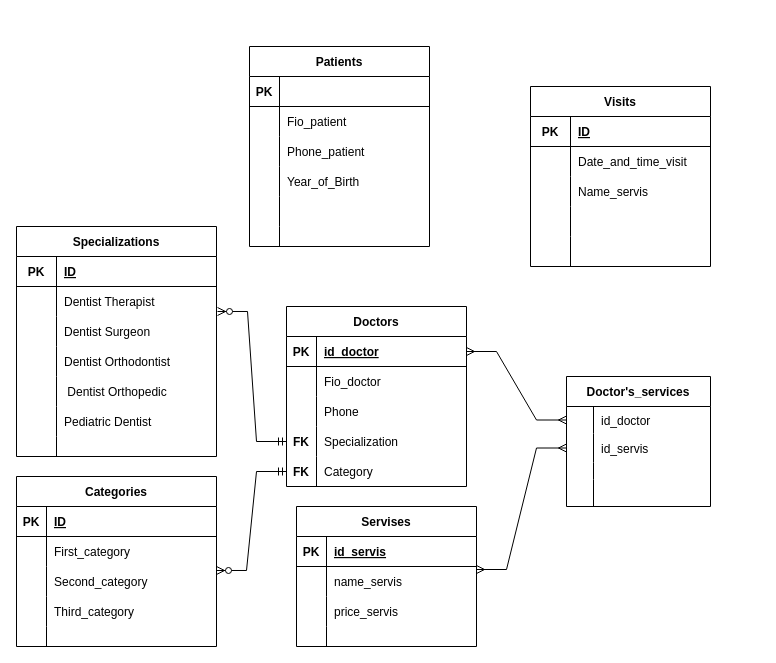
Before: stomatology_clinic.drawio in Palych1111/stomatology, a draw.io diagram. Source tidied: cells renumbered, new cells numbered last; positions are measured from the earlier drawing's top-left corner, leaving out a move shared by most shapes. Both pictures are drawn from the tidied source at 100%, with x=0, y=0 at pixel (16, 46).
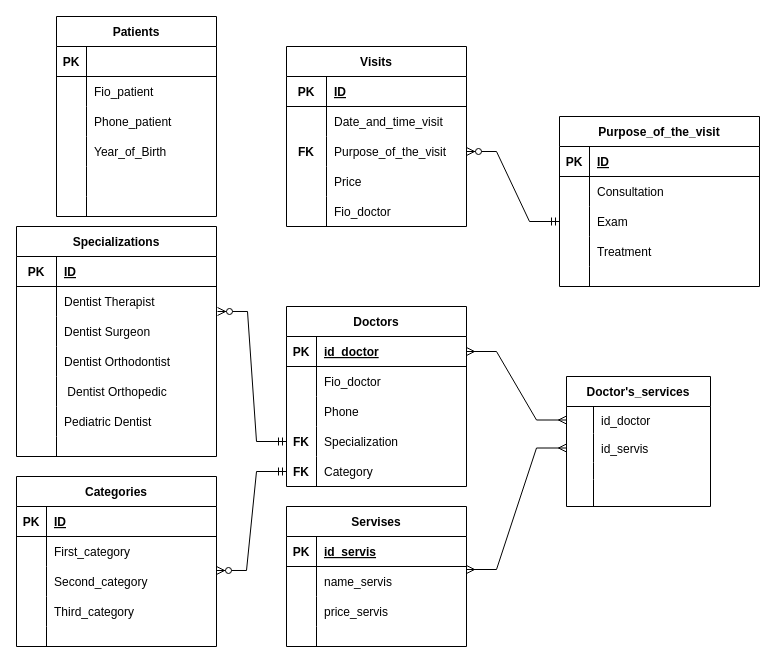
After the change.

The change refers to these unchanged cells:
```xml
<mxCell id="9" style="shape=tableRow;horizontal=0;startSize=0;swimlaneHead=0;swimlaneBody=0;fillColor=none;points=[[0,0.5],[1,0.5]];portConstraint=eastwest;top=0;left=0;right=0;bottom=0;" parent="2" vertex="1">
  <mxGeometry y="90" width="180" height="30" as="geometry" />
</mxCell>
<mxCell id="12" style="shape=tableRow;horizontal=0;startSize=0;swimlaneHead=0;swimlaneBody=0;fillColor=none;top=0;left=0;right=0;bottom=0;" parent="2" vertex="1">
  <mxGeometry y="120" width="180" height="30" as="geometry" />
</mxCell>
<mxCell id="15" style="shape=tableRow;horizontal=0;startSize=0;swimlaneHead=0;swimlaneBody=0;fillColor=none;top=0;left=0;right=0;bottom=0;" parent="2" vertex="1">
  <mxGeometry y="150" width="180" height="30" as="geometry" />
</mxCell>
```

Diff of the diagram source:
```diff
@@
     <mxCell id="2" value="Visits" style="shape=table;startSize=30;childLayout=tableLayout;rowLines=0;fontStyle=1;align=center;" parent="1" vertex="1">
-      <mxGeometry x="514" y="40" width="180" height="180" as="geometry" />
+      <mxGeometry x="270" width="180" height="180" as="geometry" />
     </mxCell>
@@
-    <mxCell id="10" style="shape=partialRectangle;fillColor=none;top=0;left=0;bottom=0;right=0;overflow=hidden;" parent="9" vertex="1">
+    <mxCell id="10" value="FK" style="shape=partialRectangle;fillColor=none;top=0;left=0;bottom=0;right=0;overflow=hidden;fontStyle=1;" parent="9" vertex="1">
       <mxGeometry width="40" height="30" as="geometry" />
     </mxCell>
-    <mxCell id="11" value="Name_servis" style="shape=partialRectangle;fillColor=none;top=0;left=0;bottom=0;right=0;align=left;spacingLeft=6;overflow=hidden;" parent="9" vertex="1">
+    <mxCell id="11" value="Purpose_of_the_visit" style="shape=partialRectangle;fillColor=none;top=0;left=0;bottom=0;right=0;align=left;spacingLeft=6;overflow=hidden;" parent="9" vertex="1">
       <mxGeometry x="40" width="140" height="30" as="geometry" />
     </mxCell>
@@
-    <mxCell id="14" style="shape=partialRectangle;fillColor=none;top=0;left=0;bottom=0;right=0;align=left;spacingLeft=6;overflow=hidden;" parent="12" vertex="1">
+    <mxCell id="14" value="Price" style="shape=partialRectangle;fillColor=none;top=0;left=0;bottom=0;right=0;align=left;spacingLeft=6;overflow=hidden;" parent="12" vertex="1">
       <mxGeometry x="40" width="140" height="30" as="geometry" />
     </mxCell>
@@
-    <mxCell id="17" style="shape=partialRectangle;fillColor=none;top=0;left=0;bottom=0;right=0;align=left;spacingLeft=6;overflow=hidden;" parent="15" vertex="1">
+    <mxCell id="17" value="Fio_doctor" style="shape=partialRectangle;fillColor=none;top=0;left=0;bottom=0;right=0;align=left;spacingLeft=6;overflow=hidden;" parent="15" vertex="1">
       <mxGeometry x="40" width="140" height="30" as="geometry" />
     </mxCell>
@@
     <mxCell id="34" value="Patients" style="shape=table;startSize=30;childLayout=tableLayout;rowLines=0;fontStyle=1;align=center;" parent="1" vertex="1">
-      <mxGeometry x="233" width="180" height="200" as="geometry" />
+      <mxGeometry x="40" y="-30" width="160" height="200" as="geometry" />
     </mxCell>
     <mxCell id="35" style="shape=tableRow;horizontal=0;startSize=0;swimlaneHead=0;swimlaneBody=0;fillColor=none;top=0;left=0;right=0;bottom=1;" parent="34" vertex="1">
-      <mxGeometry y="30" width="180" height="30" as="geometry" />
+      <mxGeometry y="30" width="160" height="30" as="geometry" />
     </mxCell>
@@
     <mxCell id="37" style="shape=partialRectangle;fillColor=none;top=0;left=0;bottom=0;right=0;align=left;spacingLeft=6;fontStyle=5;overflow=hidden;" parent="35" vertex="1">
-      <mxGeometry x="30" width="150" height="30" as="geometry" />
+      <mxGeometry x="30" width="130" height="30" as="geometry" />
     </mxCell>
     <mxCell id="38" style="shape=tableRow;horizontal=0;startSize=0;swimlaneHead=0;swimlaneBody=0;fillColor=none;top=0;left=0;right=0;bottom=0;" parent="34" vertex="1">
-      <mxGeometry y="60" width="180" height="30" as="geometry" />
+      <mxGeometry y="60" width="160" height="30" as="geometry" />
     </mxCell>
@@
     <mxCell id="40" value="Fio_patient" style="shape=partialRectangle;fillColor=none;top=0;left=0;bottom=0;right=0;align=left;spacingLeft=6;overflow=hidden;" parent="38" vertex="1">
-      <mxGeometry x="30" width="150" height="30" as="geometry" />
+      <mxGeometry x="30" width="130" height="30" as="geometry" />
     </mxCell>
     <mxCell id="41" style="shape=tableRow;horizontal=0;startSize=0;swimlaneHead=0;swimlaneBody=0;fillColor=none;top=0;left=0;right=0;bottom=0;" parent="34" vertex="1">
-      <mxGeometry y="90" width="180" height="30" as="geometry" />
+      <mxGeometry y="90" width="160" height="30" as="geometry" />
     </mxCell>
@@
     <mxCell id="43" value="Phone_patient" style="shape=partialRectangle;fillColor=none;top=0;left=0;bottom=0;right=0;align=left;spacingLeft=6;overflow=hidden;" parent="41" vertex="1">
-      <mxGeometry x="30" width="150" height="30" as="geometry" />
+      <mxGeometry x="30" width="130" height="30" as="geometry" />
     </mxCell>
     <mxCell id="44" style="shape=tableRow;horizontal=0;startSize=0;swimlaneHead=0;swimlaneBody=0;fillColor=none;top=0;left=0;right=0;bottom=0;" parent="34" vertex="1">
-      <mxGeometry y="120" width="180" height="30" as="geometry" />
+      <mxGeometry y="120" width="160" height="30" as="geometry" />
     </mxCell>
@@
     <mxCell id="46" value="Year_of_Birth" style="shape=partialRectangle;fillColor=none;top=0;left=0;bottom=0;right=0;align=left;spacingLeft=6;overflow=hidden;" parent="44" vertex="1">
-      <mxGeometry x="30" width="150" height="30" as="geometry" />
+      <mxGeometry x="30" width="130" height="30" as="geometry" />
     </mxCell>
     <mxCell id="47" style="shape=tableRow;horizontal=0;startSize=0;swimlaneHead=0;swimlaneBody=0;fillColor=none;top=0;left=0;right=0;bottom=0;" parent="34" vertex="1">
-      <mxGeometry y="150" width="180" height="30" as="geometry" />
+      <mxGeometry y="150" width="160" height="30" as="geometry" />
     </mxCell>
@@
     <mxCell id="49" style="shape=partialRectangle;fillColor=none;top=0;left=0;bottom=0;right=0;align=left;spacingLeft=6;overflow=hidden;" parent="47" vertex="1">
-      <mxGeometry x="30" width="150" height="30" as="geometry" />
+      <mxGeometry x="30" width="130" height="30" as="geometry" />
     </mxCell>
     <mxCell id="50" style="shape=tableRow;horizontal=0;startSize=0;swimlaneHead=0;swimlaneBody=0;fillColor=none;top=0;left=0;right=0;bottom=0;" parent="34" vertex="1">
-      <mxGeometry y="180" width="180" height="20" as="geometry" />
+      <mxGeometry y="180" width="160" height="20" as="geometry" />
     </mxCell>
@@
     <mxCell id="52" style="shape=partialRectangle;fillColor=none;top=0;left=0;bottom=0;right=0;align=left;spacingLeft=6;overflow=hidden;" parent="50" vertex="1">
-      <mxGeometry x="30" width="150" height="20" as="geometry" />
+      <mxGeometry x="30" width="130" height="20" as="geometry" />
     </mxCell>
     <mxCell id="53" value="Servises" style="shape=table;startSize=30;childLayout=tableLayout;rowLines=0;fontStyle=1;align=center;" parent="1" vertex="1">
-      <mxGeometry x="280" y="460" width="180" height="140" as="geometry" />
+      <mxGeometry x="270" y="460" width="180" height="140" as="geometry" />
     </mxCell>
@@
+    <mxCell id="121" value="Purpose_of_the_visit" style="shape=table;startSize=30;childLayout=tableLayout;rowLines=0;fontStyle=1;align=center;" parent="1" vertex="1">
+      <mxGeometry x="543" y="70" width="200" height="170" as="geometry" />
+    </mxCell>
+    <mxCell id="122" style="shape=tableRow;horizontal=0;startSize=0;swimlaneHead=0;swimlaneBody=0;fillColor=none;top=0;left=0;right=0;bottom=1;" parent="121" vertex="1">
+      <mxGeometry y="30" width="200" height="30" as="geometry" />
+    </mxCell>
+    <mxCell id="123" value="PK" style="shape=partialRectangle;fillColor=none;top=0;left=0;bottom=0;right=0;fontStyle=1;overflow=hidden;" parent="122" vertex="1">
+      <mxGeometry width="30" height="30" as="geometry" />
+    </mxCell>
+    <mxCell id="124" value="ID" style="shape=partialRectangle;fillColor=none;top=0;left=0;bottom=0;right=0;align=left;spacingLeft=6;fontStyle=5;overflow=hidden;" parent="122" vertex="1">
+      <mxGeometry x="30" width="170" height="30" as="geometry" />
+    </mxCell>
+    <mxCell id="125" style="shape=tableRow;horizontal=0;startSize=0;swimlaneHead=0;swimlaneBody=0;fillColor=none;top=0;left=0;right=0;bottom=0;" parent="121" vertex="1">
+      <mxGeometry y="60" width="200" height="30" as="geometry" />
+    </mxCell>
+    <mxCell id="126" style="shape=partialRectangle;fillColor=none;top=0;left=0;bottom=0;right=0;overflow=hidden;" parent="125" vertex="1">
+      <mxGeometry width="30" height="30" as="geometry" />
+    </mxCell>
+    <mxCell id="127" value="Consultation" style="shape=partialRectangle;fillColor=none;top=0;left=0;bottom=0;right=0;align=left;spacingLeft=6;overflow=hidden;" parent="125" vertex="1">
+      <mxGeometry x="30" width="170" height="30" as="geometry" />
+    </mxCell>
+    <mxCell id="128" style="shape=tableRow;horizontal=0;startSize=0;swimlaneHead=0;swimlaneBody=0;fillColor=none;points=[[0,0.5],[1,0.5]];portConstraint=eastwest;top=0;left=0;right=0;bottom=0;" parent="121" vertex="1">
+      <mxGeometry y="90" width="200" height="30" as="geometry" />
+    </mxCell>
+    <mxCell id="129" style="shape=partialRectangle;fillColor=none;top=0;left=0;bottom=0;right=0;overflow=hidden;" parent="128" vertex="1">
+      <mxGeometry width="30" height="30" as="geometry" />
+    </mxCell>
+    <mxCell id="130" value="Exam" style="shape=partialRectangle;fillColor=none;top=0;left=0;bottom=0;right=0;align=left;spacingLeft=6;overflow=hidden;" parent="128" vertex="1">
+      <mxGeometry x="30" width="170" height="30" as="geometry" />
+    </mxCell>
+    <mxCell id="131" style="shape=tableRow;horizontal=0;startSize=0;swimlaneHead=0;swimlaneBody=0;fillColor=none;top=0;left=0;right=0;bottom=0;" parent="121" vertex="1">
+      <mxGeometry y="120" width="200" height="30" as="geometry" />
+    </mxCell>
+    <mxCell id="132" style="shape=partialRectangle;fillColor=none;top=0;left=0;bottom=0;right=0;overflow=hidden;" parent="131" vertex="1">
+      <mxGeometry width="30" height="30" as="geometry" />
+    </mxCell>
+    <mxCell id="133" value="Treatment" style="shape=partialRectangle;fillColor=none;top=0;left=0;bottom=0;right=0;align=left;spacingLeft=6;overflow=hidden;" parent="131" vertex="1">
+      <mxGeometry x="30" width="170" height="30" as="geometry" />
+    </mxCell>
+    <mxCell id="134" style="shape=tableRow;horizontal=0;startSize=0;swimlaneHead=0;swimlaneBody=0;fillColor=none;top=0;left=0;right=0;bottom=0;" parent="121" vertex="1">
+      <mxGeometry y="150" width="200" height="20" as="geometry" />
+    </mxCell>
+    <mxCell id="135" style="shape=partialRectangle;fillColor=none;top=0;left=0;bottom=0;right=0;overflow=hidden;" parent="134" vertex="1">
+      <mxGeometry width="30" height="20" as="geometry" />
+    </mxCell>
+    <mxCell id="136" style="shape=partialRectangle;fillColor=none;top=0;left=0;bottom=0;right=0;align=left;spacingLeft=6;overflow=hidden;" parent="134" vertex="1">
+      <mxGeometry x="30" width="170" height="20" as="geometry" />
+    </mxCell>
+    <mxCell id="137" style="edgeStyle=entityRelationEdgeStyle;fontSize=12;html=1;endArrow=ERzeroToMany;startArrow=ERmandOne;rounded=0;entryX=1;entryY=0.5;entryDx=0;entryDy=0;exitX=0;exitY=0.5;exitDx=0;exitDy=0;" parent="1" edge="1" source="128" target="9">
+      <mxGeometry relative="1" as="geometry" />
+    </mxCell>
```
